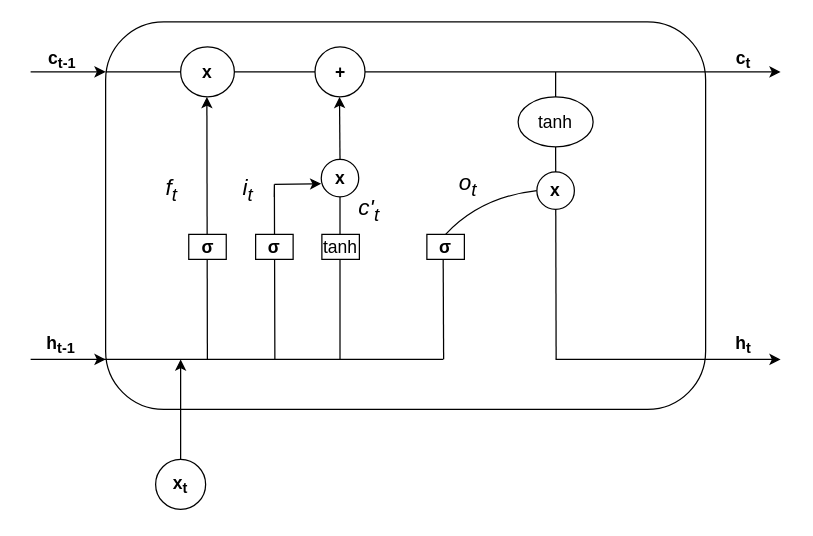
Above: LSTM.drawio in wangrui99/algs4 (draw.io), before the change. Source tidied: cells renumbered, new cells numbered last; positions are measured from the earlier drawing's top-left corner, leaving out a move shared by most shapes. Both pictures are drawn from the tidied source at 125%, with x=0, y=0 at pixel (29, 21).
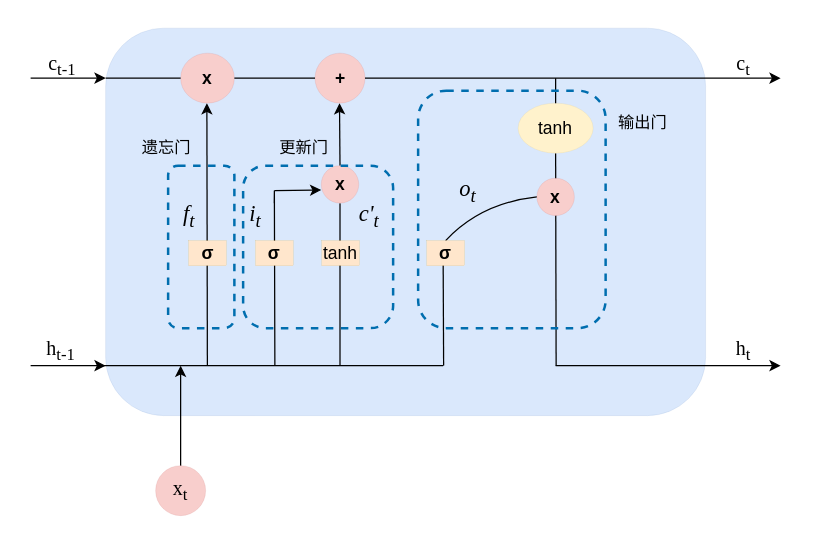
After the change.

What changed in the source:
```diff
@@
-    <mxCell id="2" style="rounded=1;whiteSpace=wrap;html=1;" parent="1" vertex="1">
-      <mxGeometry x="61" width="480" height="310" as="geometry" />
-    </mxCell>
-    <mxCell id="3" style="endArrow=classic;html=1;rounded=0;" parent="2" edge="1">
-      <mxGeometry relative="1" as="geometry">
-        <mxPoint x="81.4" y="270" as="sourcePoint" />
-        <mxPoint x="81" y="60" as="targetPoint" />
-      </mxGeometry>
-    </mxCell>
-    <mxCell id="4" style="endArrow=classic;html=1;rounded=0;startArrow=none;" parent="2" edge="1" source="6">
-      <mxGeometry relative="1" as="geometry">
-        <mxPoint x="187.1" y="60" as="targetPoint" />
-      </mxGeometry>
-    </mxCell>
-    <mxCell id="5" style="endArrow=none;html=1;rounded=0;" parent="2" edge="1" target="6">
-      <mxGeometry relative="1" as="geometry">
-        <mxPoint x="187.5" y="270" as="sourcePoint" />
-      </mxGeometry>
-    </mxCell>
-    <mxCell id="6" value="&lt;font style=&quot;font-size: 14px;&quot;&gt;&lt;b&gt;x&lt;/b&gt;&lt;/font&gt;" style="ellipse;whiteSpace=wrap;html=1;" parent="2" vertex="1">
-      <mxGeometry x="172.5" y="110" width="30" height="30" as="geometry" />
-    </mxCell>
-    <mxCell id="7" style="endArrow=none;html=1;rounded=0;entryX=0.281;entryY=0.452;entryDx=0;entryDy=0;entryPerimeter=0;endFill=0;" parent="2" edge="1" target="2">
-      <mxGeometry relative="1" as="geometry">
-        <mxPoint x="135.4" y="270" as="sourcePoint" />
-        <Array as="points">
-          <mxPoint x="135" y="130" />
-        </Array>
-      </mxGeometry>
-    </mxCell>
-    <mxCell id="8" style="endArrow=classic;html=1;rounded=0;" parent="2" edge="1">
-      <mxGeometry relative="1" as="geometry">
-        <mxPoint x="135" y="130" as="sourcePoint" />
-        <mxPoint x="172.5" y="129.5" as="targetPoint" />
-      </mxGeometry>
-    </mxCell>
-    <mxCell id="9" style="endArrow=none;html=1;rounded=0;endFill=0;" parent="2" edge="1">
-      <mxGeometry relative="1" as="geometry">
-        <mxPoint x="270.4" y="270" as="sourcePoint" />
-        <mxPoint x="270" y="180" as="targetPoint" />
-      </mxGeometry>
-    </mxCell>
-    <mxCell id="10" style="endArrow=none;html=1;rounded=0;endFill=0;entryX=0.75;entryY=0.323;entryDx=0;entryDy=0;entryPerimeter=0;" parent="2" edge="1" target="2">
-      <mxGeometry relative="1" as="geometry">
-        <mxPoint x="360.4" y="270" as="sourcePoint" />
-      </mxGeometry>
-    </mxCell>
-    <mxCell id="11" value="&lt;font style=&quot;font-size: 14px;&quot;&gt;tanh&lt;/font&gt;" style="ellipse;whiteSpace=wrap;html=1;" parent="2" vertex="1">
-      <mxGeometry x="330" y="60" width="60" height="40" as="geometry" />
-    </mxCell>
-    <mxCell id="12" style="endArrow=none;html=1;curved=1;entryX=0;entryY=0.5;entryDx=0;entryDy=0;exitX=0.5;exitY=0;exitDx=0;exitDy=0;" parent="2" edge="1" source="20" target="13">
-      <mxGeometry relative="1" as="geometry">
-        <Array as="points">
-          <mxPoint x="300" y="140" />
-        </Array>
-      </mxGeometry>
-    </mxCell>
-    <mxCell id="13" value="&lt;font style=&quot;font-size: 14px;&quot;&gt;&lt;b&gt;x&lt;/b&gt;&lt;/font&gt;" style="ellipse;whiteSpace=wrap;html=1;" parent="2" vertex="1">
-      <mxGeometry x="345" y="120" width="30" height="30" as="geometry" />
-    </mxCell>
-    <mxCell id="14" value="&lt;font style=&quot;font-size: 14px;&quot;&gt;&lt;b&gt;x&lt;/b&gt;&lt;/font&gt;" style="ellipse;whiteSpace=wrap;html=1;" parent="2" vertex="1">
-      <mxGeometry x="60" y="20" width="43" height="40" as="geometry" />
-    </mxCell>
+    <mxCell id="39" style="rounded=1;whiteSpace=wrap;html=1;fillColor=#dae8fc;strokeColor=#6c8ebf;strokeWidth=0;" parent="1" vertex="1">
+      <mxGeometry x="61" y="5" width="480" height="310" as="geometry" />
+    </mxCell>
+    <mxCell id="40" style="endArrow=classic;html=1;rounded=0;" parent="39" edge="1">
+      <mxGeometry relative="1" as="geometry">
+        <mxPoint x="81.4" y="270" as="sourcePoint" />
+        <mxPoint x="81" y="60" as="targetPoint" />
+      </mxGeometry>
+    </mxCell>
+    <mxCell id="41" style="endArrow=classic;html=1;rounded=0;startArrow=none;" parent="39" edge="1" source="43">
+      <mxGeometry relative="1" as="geometry">
+        <mxPoint x="187.1" y="60" as="targetPoint" />
+      </mxGeometry>
+    </mxCell>
+    <mxCell id="42" style="endArrow=none;html=1;rounded=0;" parent="39" edge="1" target="43">
+      <mxGeometry relative="1" as="geometry">
+        <mxPoint x="187.5" y="270" as="sourcePoint" />
+      </mxGeometry>
+    </mxCell>
+    <mxCell id="43" value="&lt;font style=&quot;font-size: 14px;&quot;&gt;&lt;b&gt;x&lt;/b&gt;&lt;/font&gt;" style="ellipse;whiteSpace=wrap;html=1;fillColor=#f8cecc;strokeColor=#b85450;strokeWidth=0;" parent="39" vertex="1">
+      <mxGeometry x="172.5" y="110" width="30" height="30" as="geometry" />
+    </mxCell>
+    <mxCell id="44" style="endArrow=none;html=1;rounded=0;entryX=0.281;entryY=0.452;entryDx=0;entryDy=0;entryPerimeter=0;endFill=0;" parent="39" edge="1" target="39">
+      <mxGeometry relative="1" as="geometry">
+        <mxPoint x="135.4" y="270" as="sourcePoint" />
+        <Array as="points">
+          <mxPoint x="135" y="130" />
+        </Array>
+      </mxGeometry>
+    </mxCell>
+    <mxCell id="45" style="endArrow=classic;html=1;rounded=0;" parent="39" edge="1">
+      <mxGeometry relative="1" as="geometry">
+        <mxPoint x="135" y="130" as="sourcePoint" />
+        <mxPoint x="172.5" y="129.5" as="targetPoint" />
+      </mxGeometry>
+    </mxCell>
+    <mxCell id="46" style="endArrow=none;html=1;rounded=0;endFill=0;" parent="39" edge="1">
+      <mxGeometry relative="1" as="geometry">
+        <mxPoint x="270.4" y="270" as="sourcePoint" />
+        <mxPoint x="270" y="180" as="targetPoint" />
+      </mxGeometry>
+    </mxCell>
+    <mxCell id="47" style="endArrow=none;html=1;rounded=0;endFill=0;entryX=0.75;entryY=0.323;entryDx=0;entryDy=0;entryPerimeter=0;" parent="39" edge="1" target="39">
+      <mxGeometry relative="1" as="geometry">
+        <mxPoint x="360.4" y="270" as="sourcePoint" />
+      </mxGeometry>
+    </mxCell>
+    <mxCell id="48" value="&lt;font style=&quot;font-size: 14px;&quot;&gt;tanh&lt;/font&gt;" style="ellipse;whiteSpace=wrap;html=1;fillColor=#fff2cc;strokeColor=#d6b656;strokeWidth=0;" parent="39" vertex="1">
+      <mxGeometry x="330" y="60" width="60" height="40" as="geometry" />
+    </mxCell>
+    <mxCell id="49" style="endArrow=none;html=1;curved=1;entryX=0;entryY=0.5;entryDx=0;entryDy=0;exitX=0.5;exitY=0;exitDx=0;exitDy=0;" parent="39" edge="1" source="56" target="50">
+      <mxGeometry relative="1" as="geometry">
+        <Array as="points">
+          <mxPoint x="300" y="140" />
+        </Array>
+      </mxGeometry>
+    </mxCell>
+    <mxCell id="50" value="&lt;font style=&quot;font-size: 14px;&quot;&gt;&lt;b&gt;x&lt;/b&gt;&lt;/font&gt;" style="ellipse;whiteSpace=wrap;html=1;fillColor=#f8cecc;strokeColor=#b85450;strokeWidth=0;" parent="39" vertex="1">
+      <mxGeometry x="345" y="120" width="30" height="30" as="geometry" />
+    </mxCell>
+    <mxCell id="51" value="&lt;font style=&quot;font-size: 14px;&quot;&gt;&lt;b&gt;x&lt;/b&gt;&lt;/font&gt;" style="ellipse;whiteSpace=wrap;html=1;fillColor=#f8cecc;strokeColor=#b85450;strokeWidth=0;" parent="39" vertex="1">
+      <mxGeometry x="60" y="20" width="43" height="40" as="geometry" />
+    </mxCell>
-    <mxCell id="15" value="&lt;font style=&quot;font-size: 14px;&quot;&gt;&lt;b&gt;+&lt;/b&gt;&lt;/font&gt;" style="ellipse;whiteSpace=wrap;html=1;" parent="2" vertex="1">
+    <mxCell id="15" value="&lt;font style=&quot;font-size: 14px;&quot;&gt;&lt;b&gt;+&lt;/b&gt;&lt;/font&gt;" style="ellipse;whiteSpace=wrap;html=1;fillColor=#f8cecc;strokeColor=#b85450;strokeWidth=0;" parent="39" vertex="1">
       <mxGeometry x="167.5" y="20" width="40" height="40" as="geometry" />
     </mxCell>
-    <mxCell id="16" style="endArrow=none;html=1;rounded=0;startArrow=none;" parent="2" edge="1" source="14" target="15">
-      <mxGeometry relative="1" as="geometry" />
-    </mxCell>
-    <mxCell id="17" value="&lt;font style=&quot;font-size: 14px;&quot;&gt;&lt;b&gt;σ&lt;/b&gt;&lt;/font&gt;" style="rounded=0;whiteSpace=wrap;html=1;" parent="2" vertex="1">
-      <mxGeometry x="120" y="170" width="30" height="20" as="geometry" />
-    </mxCell>
-    <mxCell id="18" value="&lt;font style=&quot;font-size: 14px;&quot;&gt;&lt;b&gt;σ&lt;/b&gt;&lt;/font&gt;" style="rounded=0;whiteSpace=wrap;html=1;" parent="2" vertex="1">
-      <mxGeometry x="66.5" y="170" width="30" height="20" as="geometry" />
-    </mxCell>
-    <mxCell id="19" value="&lt;font style=&quot;font-size: 14px;&quot;&gt;tanh&lt;/font&gt;" style="rounded=0;whiteSpace=wrap;html=1;" parent="2" vertex="1">
-      <mxGeometry x="173" y="170" width="30" height="20" as="geometry" />
-    </mxCell>
-    <mxCell id="20" value="&lt;font style=&quot;font-size: 14px;&quot;&gt;&lt;b&gt;σ&lt;/b&gt;&lt;/font&gt;" style="rounded=0;whiteSpace=wrap;html=1;" parent="2" vertex="1">
-      <mxGeometry x="257" y="170" width="30" height="20" as="geometry" />
-    </mxCell>
+    <mxCell id="52" style="endArrow=none;html=1;rounded=0;startArrow=none;" parent="39" edge="1" source="51" target="15">
+      <mxGeometry relative="1" as="geometry" />
+    </mxCell>
+    <mxCell id="53" value="&lt;font style=&quot;font-size: 14px;&quot;&gt;&lt;b&gt;σ&lt;/b&gt;&lt;/font&gt;" style="rounded=0;whiteSpace=wrap;html=1;fillColor=#ffe6cc;strokeColor=#d79b00;strokeWidth=0;" parent="39" vertex="1">
+      <mxGeometry x="120" y="170" width="30" height="20" as="geometry" />
+    </mxCell>
+    <mxCell id="54" value="&lt;font style=&quot;font-size: 14px;&quot;&gt;&lt;b&gt;σ&lt;/b&gt;&lt;/font&gt;" style="rounded=0;whiteSpace=wrap;html=1;fillColor=#ffe6cc;strokeColor=#d79b00;strokeWidth=0;" parent="39" vertex="1">
+      <mxGeometry x="66.5" y="170" width="30" height="20" as="geometry" />
+    </mxCell>
+    <mxCell id="55" value="&lt;font style=&quot;font-size: 14px;&quot;&gt;tanh&lt;/font&gt;" style="rounded=0;whiteSpace=wrap;html=1;fillColor=#ffe6cc;strokeColor=#d79b00;strokeWidth=0;" parent="39" vertex="1">
+      <mxGeometry x="173" y="170" width="30" height="20" as="geometry" />
+    </mxCell>
+    <mxCell id="56" value="&lt;font style=&quot;font-size: 14px;&quot;&gt;&lt;b&gt;σ&lt;/b&gt;&lt;/font&gt;" style="rounded=0;whiteSpace=wrap;html=1;fillColor=#ffe6cc;strokeColor=#d79b00;strokeWidth=0;" parent="39" vertex="1">
+      <mxGeometry x="257" y="170" width="30" height="20" as="geometry" />
+    </mxCell>
-    <mxCell id="21" value="&lt;i&gt;&lt;font style=&quot;font-size: 18px;&quot;&gt;f&lt;sub&gt;t&lt;/sub&gt;&lt;/font&gt;&lt;/i&gt;" style="text;strokeColor=none;align=center;fillColor=none;html=1;verticalAlign=middle;whiteSpace=wrap;rounded=0;fontSize=14;" parent="2" vertex="1">
-      <mxGeometry x="23" y="120" width="60" height="30" as="geometry" />
+    <mxCell id="21" value="&lt;i&gt;&lt;font face=&quot;Times New Roman&quot; style=&quot;font-size: 18px;&quot;&gt;f&lt;sub&gt;t&lt;/sub&gt;&lt;/font&gt;&lt;/i&gt;" style="text;strokeColor=none;align=center;fillColor=none;html=1;verticalAlign=middle;whiteSpace=wrap;rounded=0;fontSize=14;" parent="39" vertex="1">
+      <mxGeometry x="36.5" y="136" width="60" height="30" as="geometry" />
     </mxCell>
-    <mxCell id="22" value="&lt;i&gt;&lt;font style=&quot;font-size: 18px;&quot;&gt;i&lt;sub&gt;t&lt;/sub&gt;&lt;/font&gt;&lt;/i&gt;" style="text;strokeColor=none;align=center;fillColor=none;html=1;verticalAlign=middle;whiteSpace=wrap;rounded=0;fontSize=14;" parent="2" vertex="1">
-      <mxGeometry x="84" y="120" width="60" height="30" as="geometry" />
+    <mxCell id="22" value="&lt;i&gt;&lt;font face=&quot;Times New Roman&quot; style=&quot;font-size: 18px;&quot;&gt;i&lt;sub&gt;t&lt;/sub&gt;&lt;/font&gt;&lt;/i&gt;" style="text;strokeColor=none;align=center;fillColor=none;html=1;verticalAlign=middle;whiteSpace=wrap;rounded=0;fontSize=14;" parent="39" vertex="1">
+      <mxGeometry x="90" y="136" width="60" height="30" as="geometry" />
     </mxCell>
-    <mxCell id="23" value="&lt;i&gt;&lt;font style=&quot;font-size: 18px;&quot;&gt;o&lt;sub&gt;t&lt;/sub&gt;&lt;/font&gt;&lt;/i&gt;" style="text;strokeColor=none;align=center;fillColor=none;html=1;verticalAlign=middle;whiteSpace=wrap;rounded=0;fontSize=14;" parent="2" vertex="1">
+    <mxCell id="23" value="&lt;i&gt;&lt;font face=&quot;Times New Roman&quot; style=&quot;font-size: 18px;&quot;&gt;o&lt;sub&gt;t&lt;/sub&gt;&lt;/font&gt;&lt;/i&gt;" style="text;strokeColor=none;align=center;fillColor=none;html=1;verticalAlign=middle;whiteSpace=wrap;rounded=0;fontSize=14;" parent="39" vertex="1">
       <mxGeometry x="260" y="116" width="60" height="30" as="geometry" />
     </mxCell>
-    <mxCell id="24" style="endArrow=none;html=1;fontSize=18;curved=1;exitX=0.5;exitY=0;exitDx=0;exitDy=0;" parent="2" edge="1" source="11">
-      <mxGeometry relative="1" as="geometry">
-        <mxPoint x="360" y="40" as="targetPoint" />
-      </mxGeometry>
-    </mxCell>
+    <mxCell id="57" style="endArrow=none;html=1;fontSize=18;curved=1;exitX=0.5;exitY=0;exitDx=0;exitDy=0;" parent="39" edge="1" source="48">
+      <mxGeometry relative="1" as="geometry">
+        <mxPoint x="360" y="40" as="targetPoint" />
+      </mxGeometry>
+    </mxCell>
-    <mxCell id="25" value="&lt;i&gt;&lt;font style=&quot;font-size: 18px;&quot;&gt;c'&lt;sub&gt;t&lt;/sub&gt;&lt;/font&gt;&lt;/i&gt;" style="text;strokeColor=none;align=center;fillColor=none;html=1;verticalAlign=middle;whiteSpace=wrap;rounded=0;fontSize=14;" parent="2" vertex="1">
+    <mxCell id="25" value="&lt;i&gt;&lt;font face=&quot;Times New Roman&quot; style=&quot;font-size: 18px;&quot;&gt;c'&lt;sub&gt;t&lt;/sub&gt;&lt;/font&gt;&lt;/i&gt;" style="text;strokeColor=none;align=center;fillColor=none;html=1;verticalAlign=middle;whiteSpace=wrap;rounded=0;fontSize=14;" parent="39" vertex="1">
       <mxGeometry x="181" y="136" width="60" height="30" as="geometry" />
     </mxCell>
-    <mxCell id="26" style="endArrow=classic;html=1;rounded=0;entryX=0;entryY=0.129;entryDx=0;entryDy=0;entryPerimeter=0;" parent="1" edge="1" target="2">
-      <mxGeometry relative="1" as="geometry">
-        <mxPoint x="1" y="40" as="sourcePoint" />
-      </mxGeometry>
-    </mxCell>
-    <mxCell id="27" style="endArrow=classic;html=1;rounded=0;startArrow=none;" parent="1" edge="1" source="15">
-      <mxGeometry relative="1" as="geometry">
-        <mxPoint x="601" y="40" as="targetPoint" />
-      </mxGeometry>
-    </mxCell>
-    <mxCell id="28" style="endArrow=none;html=1;rounded=0;" parent="1" edge="1" target="14">
-      <mxGeometry relative="1" as="geometry">
-        <mxPoint x="61" y="40" as="sourcePoint" />
-      </mxGeometry>
-    </mxCell>
-    <mxCell id="29" style="endArrow=classic;html=1;rounded=0;entryX=0;entryY=0.129;entryDx=0;entryDy=0;entryPerimeter=0;" parent="1" edge="1">
-      <mxGeometry relative="1" as="geometry">
-        <mxPoint x="1" y="270" as="sourcePoint" />
-        <mxPoint x="61" y="270" as="targetPoint" />
-      </mxGeometry>
-    </mxCell>
-    <mxCell id="30" style="endArrow=none;html=1;rounded=0;endFill=0;" parent="1" edge="1">
-      <mxGeometry relative="1" as="geometry">
-        <mxPoint x="55" y="270" as="sourcePoint" />
-        <mxPoint x="331" y="270" as="targetPoint" />
-      </mxGeometry>
-    </mxCell>
-    <mxCell id="31" style="endArrow=classic;html=1;rounded=0;exitX=0.813;exitY=0.871;exitDx=0;exitDy=0;exitPerimeter=0;" parent="1" edge="1" source="2">
-      <mxGeometry relative="1" as="geometry">
-        <mxPoint x="601" y="270" as="targetPoint" />
-        <Array as="points">
-          <mxPoint x="421" y="270" />
-          <mxPoint x="511" y="270" />
-          <mxPoint x="601" y="270" />
-        </Array>
-      </mxGeometry>
-    </mxCell>
-    <mxCell id="32" style="endArrow=classic;html=1;rounded=0;startArrow=none;" parent="1" edge="1" source="38">
-      <mxGeometry relative="1" as="geometry">
-        <mxPoint x="121" y="270" as="targetPoint" />
-      </mxGeometry>
-    </mxCell>
+    <mxCell id="58" style="rounded=1;whiteSpace=wrap;html=1;fillColor=none;dashed=1;strokeColor=#006EAF;strokeWidth=2;fontColor=#ffffff;" parent="39" vertex="1">
+      <mxGeometry x="50" y="110" width="53" height="130" as="geometry" />
+    </mxCell>
+    <mxCell id="59" style="rounded=1;whiteSpace=wrap;html=1;fillColor=none;dashed=1;strokeColor=#006EAF;strokeWidth=2;fontColor=#ffffff;" parent="39" vertex="1">
+      <mxGeometry x="110" y="110" width="120" height="130" as="geometry" />
+    </mxCell>
+    <mxCell id="60" style="rounded=1;whiteSpace=wrap;html=1;fillColor=none;dashed=1;strokeColor=#006EAF;strokeWidth=2;fontColor=#ffffff;" parent="39" vertex="1">
+      <mxGeometry x="250" y="50" width="150" height="190" as="geometry" />
+    </mxCell>
+    <mxCell id="61" value="&lt;font face=&quot;微软雅黑&quot; style=&quot;font-size: 13px;&quot;&gt;遗忘门&lt;/font&gt;" style="text;html=1;strokeColor=none;fillColor=none;align=center;verticalAlign=middle;whiteSpace=wrap;rounded=0;" parent="39" vertex="1">
+      <mxGeometry x="19" y="80" width="60" height="30" as="geometry" />
+    </mxCell>
+    <mxCell id="62" value="&lt;font face=&quot;微软雅黑&quot; style=&quot;font-size: 13px;&quot;&gt;更新门&lt;/font&gt;" style="text;html=1;strokeColor=none;fillColor=none;align=center;verticalAlign=middle;whiteSpace=wrap;rounded=0;" parent="39" vertex="1">
+      <mxGeometry x="129" y="80" width="60" height="30" as="geometry" />
+    </mxCell>
+    <mxCell id="63" value="&lt;font face=&quot;微软雅黑&quot; style=&quot;font-size: 13px;&quot;&gt;输出门&lt;/font&gt;" style="text;html=1;strokeColor=none;fillColor=none;align=center;verticalAlign=middle;whiteSpace=wrap;rounded=0;" parent="39" vertex="1">
+      <mxGeometry x="400" y="60" width="60" height="30" as="geometry" />
+    </mxCell>
+    <mxCell id="64" style="endArrow=classic;html=1;rounded=0;entryX=0;entryY=0.129;entryDx=0;entryDy=0;entryPerimeter=0;" parent="1" edge="1" target="39">
+      <mxGeometry relative="1" as="geometry">
+        <mxPoint x="1" y="45" as="sourcePoint" />
+      </mxGeometry>
+    </mxCell>
+    <mxCell id="65" style="endArrow=classic;html=1;rounded=0;startArrow=none;" parent="1" edge="1" source="15">
+      <mxGeometry relative="1" as="geometry">
+        <mxPoint x="601" y="45" as="targetPoint" />
+      </mxGeometry>
+    </mxCell>
+    <mxCell id="66" style="endArrow=none;html=1;rounded=0;" parent="1" edge="1" target="51">
+      <mxGeometry relative="1" as="geometry">
+        <mxPoint x="61" y="45" as="sourcePoint" />
+      </mxGeometry>
+    </mxCell>
+    <mxCell id="67" style="endArrow=classic;html=1;rounded=0;entryX=0;entryY=0.129;entryDx=0;entryDy=0;entryPerimeter=0;" parent="1" edge="1">
+      <mxGeometry relative="1" as="geometry">
+        <mxPoint x="1" y="275" as="sourcePoint" />
+        <mxPoint x="61" y="275" as="targetPoint" />
+      </mxGeometry>
+    </mxCell>
+    <mxCell id="68" style="endArrow=none;html=1;rounded=0;endFill=0;" parent="1" edge="1">
+      <mxGeometry relative="1" as="geometry">
+        <mxPoint x="55" y="275" as="sourcePoint" />
+        <mxPoint x="331" y="275" as="targetPoint" />
+      </mxGeometry>
+    </mxCell>
+    <mxCell id="69" style="endArrow=classic;html=1;rounded=0;exitX=0.813;exitY=0.871;exitDx=0;exitDy=0;exitPerimeter=0;" parent="1" edge="1" source="39">
+      <mxGeometry relative="1" as="geometry">
+        <mxPoint x="601" y="275" as="targetPoint" />
+        <Array as="points">
+          <mxPoint x="421" y="275" />
+          <mxPoint x="511" y="275" />
+          <mxPoint x="601" y="275" />
+        </Array>
+      </mxGeometry>
+    </mxCell>
+    <mxCell id="70" style="endArrow=classic;html=1;rounded=0;startArrow=none;" parent="1" edge="1" source="38">
+      <mxGeometry relative="1" as="geometry">
+        <mxPoint x="121" y="275" as="targetPoint" />
+      </mxGeometry>
+    </mxCell>
-    <mxCell id="33" value="&lt;font style=&quot;font-size: 14px;&quot;&gt;&lt;b&gt;c&lt;sub&gt;t-1&lt;/sub&gt;&lt;/b&gt;&lt;/font&gt;" style="text;html=1;align=center;verticalAlign=middle;strokeColor=none;fillColor=none;" parent="1" vertex="1">
-      <mxGeometry x="1" y="15" width="50" height="30" as="geometry" />
+    <mxCell id="33" value="&lt;font face=&quot;Times New Roman&quot; style=&quot;font-size: 16px;&quot;&gt;c&lt;sub style=&quot;&quot;&gt;t-1&lt;/sub&gt;&lt;/font&gt;" style="text;html=1;align=center;verticalAlign=middle;strokeColor=none;fillColor=none;" parent="1" vertex="1">
+      <mxGeometry x="1" y="15" width="50" height="40" as="geometry" />
     </mxCell>
-    <mxCell id="34" value="&lt;font style=&quot;font-size: 14px;&quot;&gt;&lt;b&gt;c&lt;sub&gt;t&lt;/sub&gt;&lt;/b&gt;&lt;/font&gt;" style="text;html=1;align=center;verticalAlign=middle;strokeColor=none;fillColor=none;" parent="1" vertex="1">
-      <mxGeometry x="551" y="15" width="40" height="30" as="geometry" />
+    <mxCell id="34" value="&lt;font face=&quot;Times New Roman&quot; style=&quot;font-size: 16px;&quot;&gt;c&lt;sub style=&quot;&quot;&gt;t&lt;/sub&gt;&lt;/font&gt;" style="text;html=1;align=center;verticalAlign=middle;strokeColor=none;fillColor=none;" parent="1" vertex="1">
+      <mxGeometry x="556" y="15" width="30" height="40" as="geometry" />
     </mxCell>
-    <mxCell id="35" value="&lt;font style=&quot;font-size: 14px;&quot;&gt;&lt;b&gt;h&lt;sub&gt;t&lt;/sub&gt;&lt;/b&gt;&lt;/font&gt;" style="text;html=1;align=center;verticalAlign=middle;strokeColor=none;fillColor=none;" parent="1" vertex="1">
-      <mxGeometry x="551" y="243" width="40" height="30" as="geometry" />
+    <mxCell id="35" value="&lt;font face=&quot;Times New Roman&quot; style=&quot;font-size: 16px;&quot;&gt;h&lt;sub style=&quot;&quot;&gt;t&lt;/sub&gt;&lt;/font&gt;" style="text;html=1;align=center;verticalAlign=middle;strokeColor=none;fillColor=none;" parent="1" vertex="1">
+      <mxGeometry x="551" y="243" width="40" height="40" as="geometry" />
     </mxCell>
-    <mxCell id="36" value="&lt;font style=&quot;font-size: 14px;&quot;&gt;&lt;b&gt;h&lt;sub&gt;t-1&lt;/sub&gt;&lt;/b&gt;&lt;/font&gt;" style="text;html=1;align=center;verticalAlign=middle;strokeColor=none;fillColor=none;" parent="1" vertex="1">
-      <mxGeometry y="243" width="50" height="30" as="geometry" />
+    <mxCell id="36" value="&lt;font face=&quot;Times New Roman&quot; style=&quot;font-size: 16px;&quot;&gt;h&lt;sub style=&quot;&quot;&gt;t-1&lt;/sub&gt;&lt;/font&gt;" style="text;html=1;align=center;verticalAlign=middle;strokeColor=none;fillColor=none;" parent="1" vertex="1">
+      <mxGeometry y="243" width="50" height="40" as="geometry" />
     </mxCell>
-    <mxCell id="37" style="endArrow=none;html=1;rounded=0;" parent="1" edge="1" target="38">
-      <mxGeometry relative="1" as="geometry">
-        <mxPoint x="121" y="360" as="sourcePoint" />
-      </mxGeometry>
-    </mxCell>
+    <mxCell id="71" style="endArrow=none;html=1;rounded=0;" parent="1" edge="1" target="38">
+      <mxGeometry relative="1" as="geometry">
+        <mxPoint x="121" y="365" as="sourcePoint" />
+      </mxGeometry>
+    </mxCell>
-    <mxCell id="38" value="&lt;font style=&quot;font-size: 14px;&quot;&gt;&lt;b&gt;x&lt;sub&gt;t&lt;/sub&gt;&lt;/b&gt;&lt;/font&gt;" style="ellipse;whiteSpace=wrap;html=1;" parent="1" vertex="1">
-      <mxGeometry x="101" y="350" width="40" height="40" as="geometry" />
+    <mxCell id="38" value="&lt;font face=&quot;Times New Roman&quot; style=&quot;font-size: 16px;&quot;&gt;x&lt;sub style=&quot;&quot;&gt;t&lt;/sub&gt;&lt;/font&gt;" style="ellipse;whiteSpace=wrap;html=1;fillColor=#f8cecc;strokeColor=#b85450;strokeWidth=0;" parent="1" vertex="1">
+      <mxGeometry x="101" y="355" width="40" height="40" as="geometry" />
     </mxCell>
```
